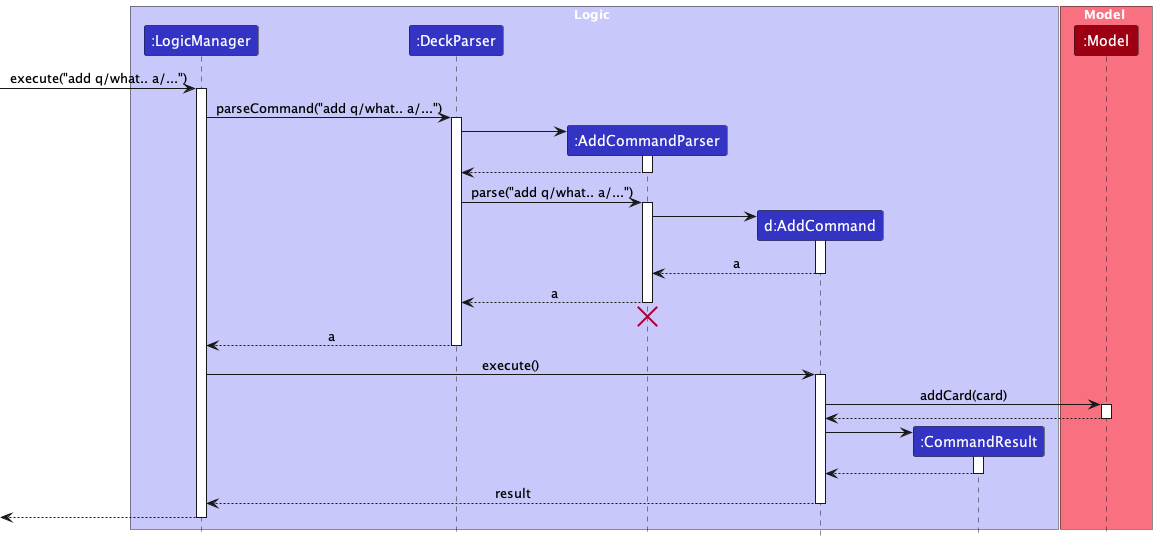
Above: docs/images/AddCommandSequenceDiagram.png in nus-cs2103-AY2324S1/tp (PlantUML), before the change.
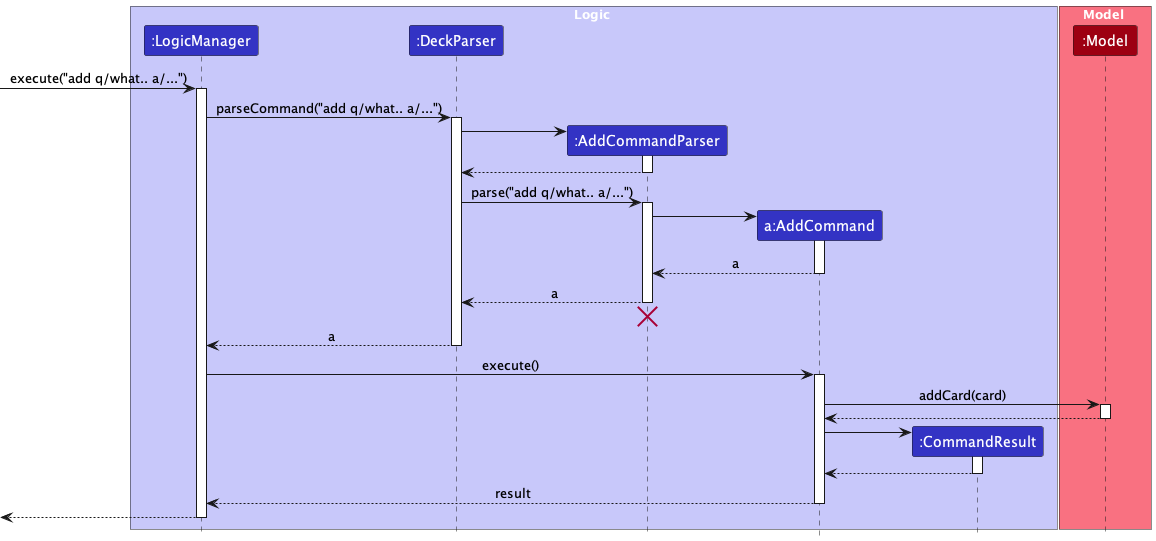
After the change.

The edit, as a diff of the source:
```diff
@@ -6,7 +6,7 @@
 participant ":LogicManager" as LogicManager LOGIC_COLOR
 participant ":DeckParser" as DeckParser LOGIC_COLOR
 participant ":AddCommandParser" as AddCommandParser LOGIC_COLOR
-participant "d:AddCommand" as AddCommand LOGIC_COLOR
+participant "a:AddCommand" as AddCommand LOGIC_COLOR
 participant ":CommandResult" as CommandResult LOGIC_COLOR
 end box
 
```
